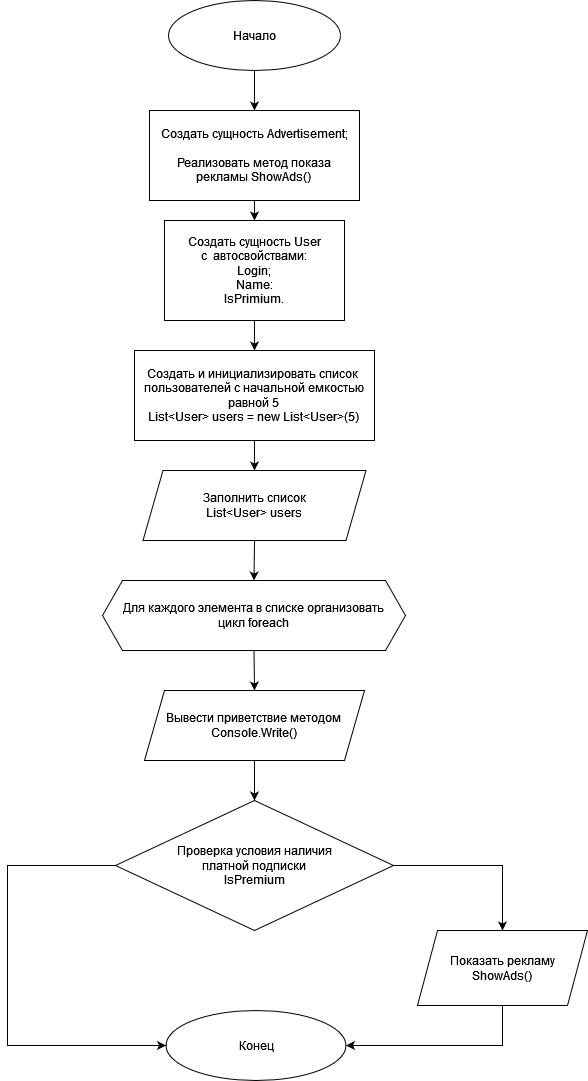
Earlier version of the draw.io export Task_12._1._5 Diagram.drawio.png (Smaug-The-Golden/Task-12.1.5). Source tidied: cells renumbered, new cells last; positions are measured from the earlier drawing's top-left corner, leaving out a move shared by most shapes.
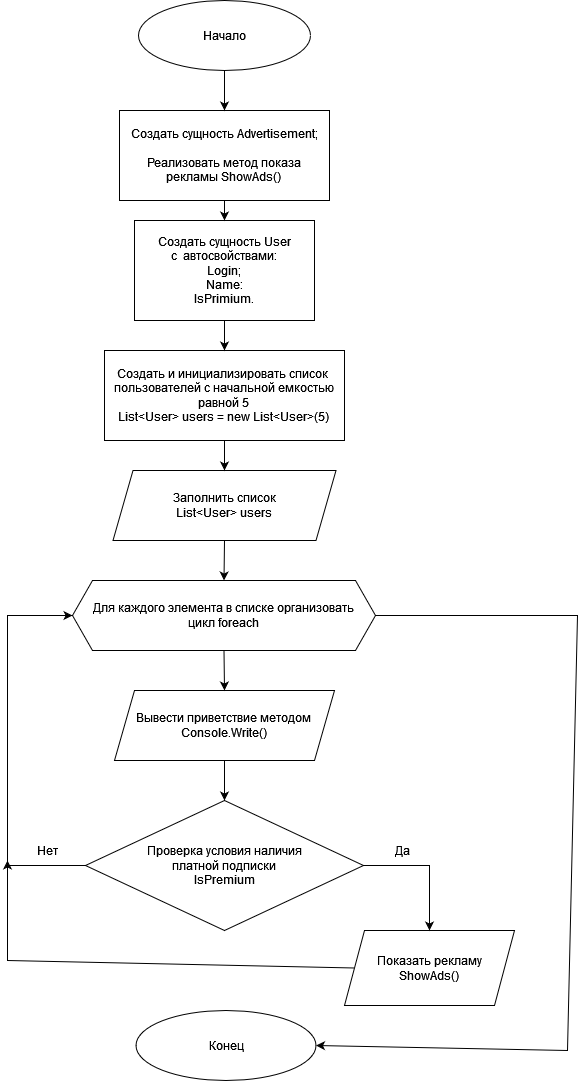
After the change.

Change to the diagram source:
```diff
@@ -30,7 +30,7 @@
       <mxGeometry x="158.5" y="1010" width="180" height="70" as="geometry" />
     </mxCell>
     <mxCell id="11" value="&lt;div&gt;Показать рекламу&lt;/div&gt;&lt;div&gt;ShowAds()&lt;/div&gt;" style="shape=parallelogram;perimeter=parallelogramPerimeter;whiteSpace=wrap;html=1;fixedSize=1;" parent="1" vertex="1">
-      <mxGeometry x="410" y="930" width="170" height="75" as="geometry" />
+      <mxGeometry x="367" y="930" width="170" height="75" as="geometry" />
     </mxCell>
     <mxCell id="12" style="endArrow=classic;html=1;rounded=0;exitX=0.5;exitY=1;exitDx=0;exitDy=0;entryX=0.5;entryY=0;entryDx=0;entryDy=0;" parent="1" edge="1" source="2" target="5">
       <mxGeometry relative="1" as="geometry" />
@@ -58,24 +58,39 @@
     <mxCell id="19" style="endArrow=classic;html=1;rounded=0;entryX=0.5;entryY=0;entryDx=0;entryDy=0;exitX=1;exitY=0.5;exitDx=0;exitDy=0;" parent="1" edge="1" source="9" target="11">
       <mxGeometry relative="1" as="geometry">
         <Array as="points">
-          <mxPoint x="495" y="865" />
+          <mxPoint x="452" y="865" />
         </Array>
       </mxGeometry>
     </mxCell>
-    <mxCell id="20" style="endArrow=classic;html=1;rounded=0;entryX=1;entryY=0.5;entryDx=0;entryDy=0;exitX=0.5;exitY=1;exitDx=0;exitDy=0;" parent="1" edge="1" source="11" target="10">
-      <mxGeometry relative="1" as="geometry">
-        <Array as="points">
-          <mxPoint x="495" y="1045" />
-        </Array>
-      </mxGeometry>
-    </mxCell>
-    <mxCell id="21" style="endArrow=classic;html=1;rounded=0;exitX=0;exitY=0.5;exitDx=0;exitDy=0;entryX=0;entryY=0.5;entryDx=0;entryDy=0;" parent="1" edge="1" source="9" target="10">
-      <mxGeometry relative="1" as="geometry">
-        <Array as="points">
-          <mxPoint y="865" />
-          <mxPoint y="1045" />
-        </Array>
-      </mxGeometry>
-    </mxCell>
+    <mxCell id="22" style="endArrow=classic;html=1;rounded=0;exitX=0;exitY=0.5;exitDx=0;exitDy=0;entryX=0;entryY=0.5;entryDx=0;entryDy=0;" parent="1" edge="1" source="9" target="7">
+      <mxGeometry relative="1" as="geometry">
+        <Array as="points">
+          <mxPoint x="30" y="865" />
+          <mxPoint x="30" y="615" />
+        </Array>
+      </mxGeometry>
+    </mxCell>
+    <mxCell id="23" style="endArrow=classic;html=1;rounded=0;exitX=1;exitY=0.5;exitDx=0;exitDy=0;entryX=1;entryY=0.5;entryDx=0;entryDy=0;" parent="1" edge="1" source="7" target="10">
+      <mxGeometry relative="1" as="geometry">
+        <Array as="points">
+          <mxPoint x="600" y="615" />
+          <mxPoint x="590" y="1050" />
+        </Array>
+      </mxGeometry>
+    </mxCell>
+    <mxCell id="24" style="endArrow=classic;html=1;rounded=0;exitX=0;exitY=0.5;exitDx=0;exitDy=0;" parent="1" edge="1" source="11">
+      <mxGeometry relative="1" as="geometry">
+        <mxPoint x="30" y="860" as="targetPoint" />
+        <Array as="points">
+          <mxPoint x="30" y="960" />
+        </Array>
+      </mxGeometry>
+    </mxCell>
+    <mxCell id="25" value="Да" style="text;html=1;align=center;verticalAlign=middle;fillColor=none;strokeColor=none;rounded=0;" parent="1" vertex="1">
+      <mxGeometry x="410" y="840" width="30" height="20" as="geometry" />
+    </mxCell>
+    <mxCell id="26" value="Нет" style="text;html=1;align=center;verticalAlign=middle;fillColor=none;strokeColor=none;rounded=0;" parent="1" vertex="1">
+      <mxGeometry x="50" y="840" width="40" height="20" as="geometry" />
+    </mxCell>
   </root>
 </mxGraphModel>
```
